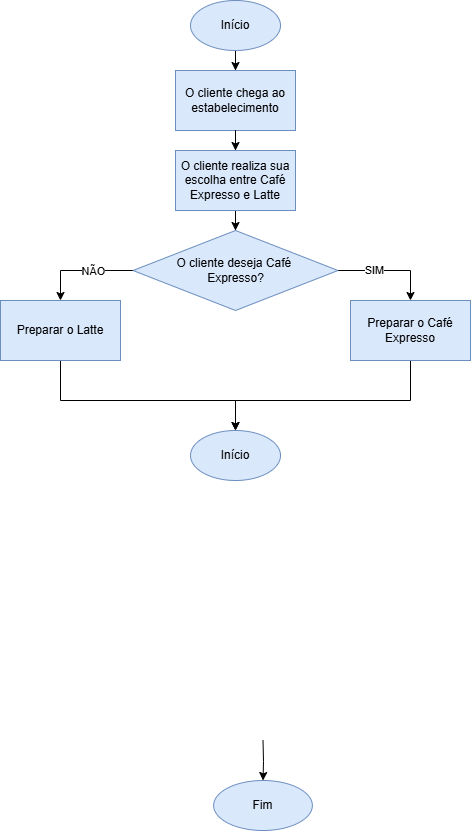
Above: Fuxogramas - 19_02_2025/Exercício 1 (OK).drawio.png in Yasminnovaisvieira/PBE-1DS-TB-ATIVIDADES (draw.io), before the change. Source tidied: cells renumbered, new cells last; positions are measured from the earlier drawing's top-left corner, leaving out a move shared by most shapes. Source of this version:
```xml
<mxGraphModel>
  <root>
    <mxCell id="0" />
    <mxCell id="1" parent="0" />
    <mxCell id="2" style="edgeStyle=orthogonalEdgeStyle;rounded=0;jettySize=auto;html=1;" parent="1" edge="1" source="3" target="7">
      <mxGeometry relative="1" as="geometry" />
    </mxCell>
    <mxCell id="3" value="Início" style="ellipse;whiteSpace=wrap;html=1;fillColor=#dae8fc;strokeColor=#6c8ebf;" parent="1" vertex="1">
      <mxGeometry x="190" width="90" height="50" as="geometry" />
    </mxCell>
    <mxCell id="4" style="edgeStyle=orthogonalEdgeStyle;rounded=0;jettySize=auto;html=1;" parent="1" edge="1" target="5">
      <mxGeometry relative="1" as="geometry">
        <mxPoint x="262.5" y="740" as="sourcePoint" />
      </mxGeometry>
    </mxCell>
    <mxCell id="5" value="Fim" style="ellipse;whiteSpace=wrap;html=1;fillColor=#dae8fc;strokeColor=#6c8ebf;" parent="1" vertex="1">
      <mxGeometry x="213.1" y="780" width="98.8" height="50" as="geometry" />
    </mxCell>
    <mxCell id="6" style="edgeStyle=orthogonalEdgeStyle;rounded=0;jettySize=auto;html=1;" parent="1" edge="1" source="16" target="12">
      <mxGeometry relative="1" as="geometry" />
    </mxCell>
    <mxCell id="7" value="O cliente chega ao estabelecimento" style="whiteSpace=wrap;html=1;fillColor=#dae8fc;strokeColor=#6c8ebf;" parent="1" vertex="1">
      <mxGeometry x="175" y="70" width="120" height="60" as="geometry" />
    </mxCell>
    <mxCell id="8" style="edgeStyle=orthogonalEdgeStyle;rounded=0;jettySize=auto;html=1;exitX=1;exitY=0.5;exitDx=0;exitDy=0;entryX=0.5;entryY=0;entryDx=0;entryDy=0;" parent="1" edge="1" source="12" target="14">
      <mxGeometry relative="1" as="geometry" />
    </mxCell>
    <mxCell id="9" value="SIM" style="edgeLabel;html=1;align=center;verticalAlign=middle;" parent="8" vertex="1">
      <mxGeometry x="-0.4" y="1" relative="1" as="geometry">
        <mxPoint x="6" as="offset" />
      </mxGeometry>
    </mxCell>
    <mxCell id="10" style="edgeStyle=orthogonalEdgeStyle;rounded=0;jettySize=auto;html=1;entryX=0.5;entryY=0;entryDx=0;entryDy=0;" parent="1" edge="1" source="12" target="18">
      <mxGeometry relative="1" as="geometry" />
    </mxCell>
    <mxCell id="11" value="NÃO" style="edgeLabel;html=1;align=center;verticalAlign=middle;" parent="10" vertex="1">
      <mxGeometry x="-0.21" y="-2" relative="1" as="geometry">
        <mxPoint y="2" as="offset" />
      </mxGeometry>
    </mxCell>
    <mxCell id="12" value="O cliente deseja Café&amp;nbsp;&lt;div&gt;Expresso?&lt;/div&gt;" style="rhombus;whiteSpace=wrap;html=1;fillColor=#dae8fc;strokeColor=#6c8ebf;" parent="1" vertex="1">
      <mxGeometry x="132.5" y="230" width="205" height="80" as="geometry" />
    </mxCell>
    <mxCell id="13" style="edgeStyle=orthogonalEdgeStyle;rounded=0;jettySize=auto;html=1;entryX=0.5;entryY=0;entryDx=0;entryDy=0;" parent="1" edge="1" source="14" target="19">
      <mxGeometry relative="1" as="geometry">
        <Array as="points">
          <mxPoint x="410" y="400" />
          <mxPoint x="235" y="400" />
        </Array>
      </mxGeometry>
    </mxCell>
    <mxCell id="14" value="Preparar o Café Expresso" style="whiteSpace=wrap;html=1;fillColor=#dae8fc;strokeColor=#6c8ebf;" parent="1" vertex="1">
      <mxGeometry x="350" y="300" width="120" height="60" as="geometry" />
    </mxCell>
    <mxCell id="15" style="edgeStyle=orthogonalEdgeStyle;rounded=0;jettySize=auto;html=1;" parent="1" edge="1" source="7" target="16">
      <mxGeometry relative="1" as="geometry" />
    </mxCell>
    <mxCell id="16" value="O cliente realiza sua escolha entre Café Expresso e Latte" style="whiteSpace=wrap;html=1;fillColor=#dae8fc;strokeColor=#6c8ebf;" parent="1" vertex="1">
      <mxGeometry x="175" y="150" width="120" height="60" as="geometry" />
    </mxCell>
    <mxCell id="17" style="edgeStyle=orthogonalEdgeStyle;rounded=0;jettySize=auto;html=1;entryX=0.5;entryY=0;entryDx=0;entryDy=0;" parent="1" edge="1" source="18" target="19">
      <mxGeometry relative="1" as="geometry">
        <Array as="points">
          <mxPoint x="60" y="400" />
          <mxPoint x="235" y="400" />
        </Array>
      </mxGeometry>
    </mxCell>
    <mxCell id="18" value="Preparar o Latte" style="whiteSpace=wrap;html=1;fillColor=#dae8fc;strokeColor=#6c8ebf;" parent="1" vertex="1">
      <mxGeometry y="300" width="120" height="60" as="geometry" />
    </mxCell>
    <mxCell id="19" value="Início" style="ellipse;whiteSpace=wrap;html=1;fillColor=#dae8fc;strokeColor=#6c8ebf;" parent="1" vertex="1">
      <mxGeometry x="190" y="430" width="90" height="50" as="geometry" />
    </mxCell>
  </root>
</mxGraphModel>
```
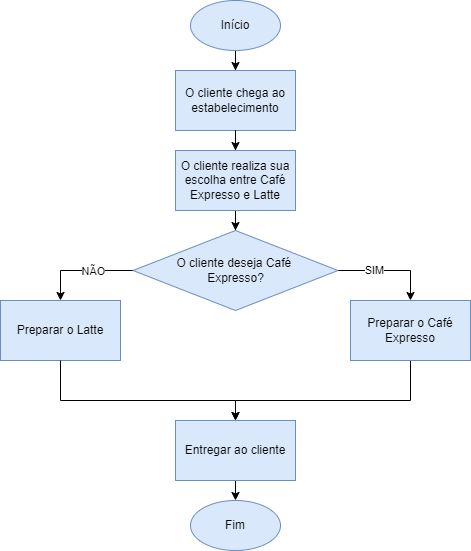
Later version of the same file.

Change to the diagram source:
```diff
@@ -8,14 +8,6 @@
     <mxCell id="3" value="Início" style="ellipse;whiteSpace=wrap;html=1;fillColor=#dae8fc;strokeColor=#6c8ebf;" parent="1" vertex="1">
       <mxGeometry x="190" width="90" height="50" as="geometry" />
     </mxCell>
-    <mxCell id="4" style="edgeStyle=orthogonalEdgeStyle;rounded=0;jettySize=auto;html=1;" parent="1" edge="1" target="5">
-      <mxGeometry relative="1" as="geometry">
-        <mxPoint x="262.5" y="740" as="sourcePoint" />
-      </mxGeometry>
-    </mxCell>
-    <mxCell id="5" value="Fim" style="ellipse;whiteSpace=wrap;html=1;fillColor=#dae8fc;strokeColor=#6c8ebf;" parent="1" vertex="1">
-      <mxGeometry x="213.1" y="780" width="98.8" height="50" as="geometry" />
-    </mxCell>
     <mxCell id="6" style="edgeStyle=orthogonalEdgeStyle;rounded=0;jettySize=auto;html=1;" parent="1" edge="1" source="16" target="12">
       <mxGeometry relative="1" as="geometry" />
     </mxCell>
@@ -41,7 +33,7 @@
     <mxCell id="12" value="O cliente deseja Café&amp;nbsp;&lt;div&gt;Expresso?&lt;/div&gt;" style="rhombus;whiteSpace=wrap;html=1;fillColor=#dae8fc;strokeColor=#6c8ebf;" parent="1" vertex="1">
       <mxGeometry x="132.5" y="230" width="205" height="80" as="geometry" />
     </mxCell>
-    <mxCell id="13" style="edgeStyle=orthogonalEdgeStyle;rounded=0;jettySize=auto;html=1;entryX=0.5;entryY=0;entryDx=0;entryDy=0;" parent="1" edge="1" source="14" target="19">
+    <mxCell id="13" style="edgeStyle=orthogonalEdgeStyle;rounded=0;jettySize=auto;html=1;entryX=0.5;entryY=0;entryDx=0;entryDy=0;" parent="1" edge="1" source="14" target="22">
       <mxGeometry relative="1" as="geometry">
         <Array as="points">
           <mxPoint x="410" y="400" />
@@ -58,19 +50,28 @@
     <mxCell id="16" value="O cliente realiza sua escolha entre Café Expresso e Latte" style="whiteSpace=wrap;html=1;fillColor=#dae8fc;strokeColor=#6c8ebf;" parent="1" vertex="1">
       <mxGeometry x="175" y="150" width="120" height="60" as="geometry" />
     </mxCell>
-    <mxCell id="17" style="edgeStyle=orthogonalEdgeStyle;rounded=0;jettySize=auto;html=1;entryX=0.5;entryY=0;entryDx=0;entryDy=0;" parent="1" edge="1" source="18" target="19">
-      <mxGeometry relative="1" as="geometry">
-        <Array as="points">
-          <mxPoint x="60" y="400" />
-          <mxPoint x="235" y="400" />
-        </Array>
-      </mxGeometry>
-    </mxCell>
     <mxCell id="18" value="Preparar o Latte" style="whiteSpace=wrap;html=1;fillColor=#dae8fc;strokeColor=#6c8ebf;" parent="1" vertex="1">
       <mxGeometry y="300" width="120" height="60" as="geometry" />
     </mxCell>
-    <mxCell id="19" value="Início" style="ellipse;whiteSpace=wrap;html=1;fillColor=#dae8fc;strokeColor=#6c8ebf;" parent="1" vertex="1">
-      <mxGeometry x="190" y="430" width="90" height="50" as="geometry" />
+    <mxCell id="19" value="Fim" style="ellipse;whiteSpace=wrap;html=1;fillColor=#dae8fc;strokeColor=#6c8ebf;" parent="1" vertex="1">
+      <mxGeometry x="190" y="500" width="90" height="50" as="geometry" />
     </mxCell>
+    <mxCell id="20" style="edgeStyle=orthogonalEdgeStyle;rounded=0;jettySize=auto;html=1;entryX=0.5;entryY=0;entryDx=0;entryDy=0;" parent="1" edge="1" source="18" target="22">
+      <mxGeometry relative="1" as="geometry">
+        <Array as="points">
+          <mxPoint x="60" y="400" />
+          <mxPoint x="235" y="400" />
+        </Array>
+      </mxGeometry>
+    </mxCell>
+    <mxCell id="21" style="edgeStyle=orthogonalEdgeStyle;rounded=0;orthogonalLoop=1;jettySize=auto;html=1;" parent="1" edge="1">
+      <mxGeometry relative="1" as="geometry">
+        <mxPoint x="235" y="480" as="sourcePoint" />
+        <mxPoint x="235" y="500" as="targetPoint" />
+      </mxGeometry>
+    </mxCell>
+    <mxCell id="22" value="Entregar ao cliente" style="whiteSpace=wrap;html=1;fillColor=#dae8fc;strokeColor=#6c8ebf;" parent="1" vertex="1">
+      <mxGeometry x="175" y="420" width="120" height="60" as="geometry" />
+    </mxCell>
   </root>
 </mxGraphModel>
```
